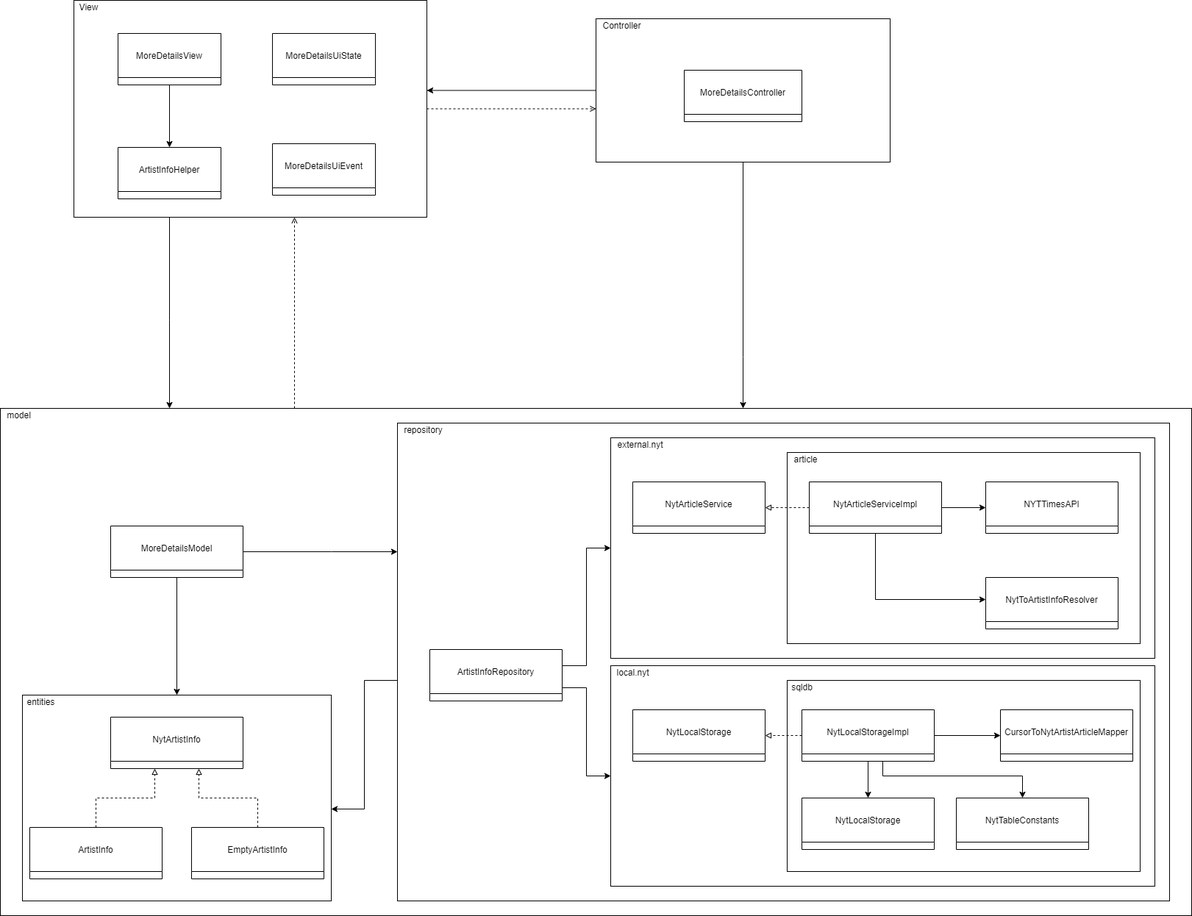
FerminAlvarez/Libreria-NY3-AyDS22 keeps this draw.io diagram as docs/moreDetails_classes_diagram.png. Above is the earlier version. Source tidied: cells renumbered, new cells last; positions are measured from the earlier drawing's top-left corner, leaving out a move shared by most shapes.
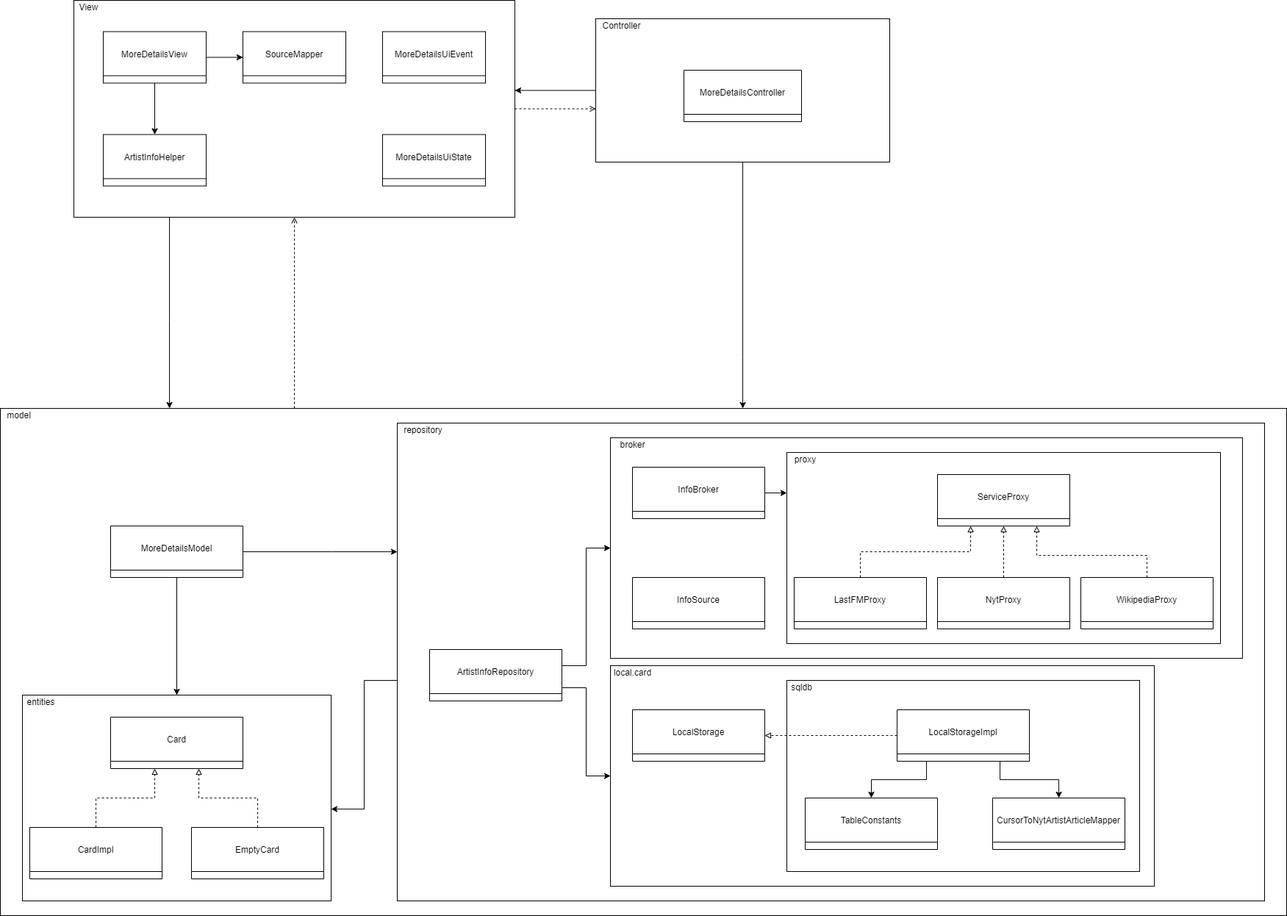
Above is the later version.

Commit message:
SubModule - actualizado el diagrama de clases

The edit, as a diff of the source:
```diff
@@ -11,7 +11,7 @@
       </mxGeometry>
     </mxCell>
     <mxCell id="3" style="rounded=0;whiteSpace=wrap;html=1;" parent="1" vertex="1">
-      <mxGeometry y="555" width="1620" height="690" as="geometry" />
+      <mxGeometry y="555" width="1750" height="690" as="geometry" />
     </mxCell>
     <mxCell id="4" style="edgeStyle=orthogonalEdgeStyle;rounded=0;jettySize=auto;html=1;endArrow=classic;endFill=1;" parent="1" edge="1" source="6" target="9">
       <mxGeometry relative="1" as="geometry">
@@ -49,22 +49,25 @@
       </mxGeometry>
     </mxCell>
     <mxCell id="9" style="rounded=0;whiteSpace=wrap;html=1;" parent="1" vertex="1">
-      <mxGeometry x="100" width="480" height="295" as="geometry" />
+      <mxGeometry x="100" width="600" height="295" as="geometry" />
     </mxCell>
     <mxCell id="10" value="MoreDetailsUiEvent" style="swimlane;fontStyle=0;horizontal=1;startSize=60;" parent="1" vertex="1">
-      <mxGeometry x="370" y="195" width="140" height="70" as="geometry" />
+      <mxGeometry x="520" y="42.5" width="140" height="70" as="geometry" />
     </mxCell>
     <mxCell id="11" value="MoreDetailsUiState" style="swimlane;fontStyle=0;horizontal=1;startSize=60;" parent="1" vertex="1">
-      <mxGeometry x="370" y="45" width="140" height="70" as="geometry" />
+      <mxGeometry x="520" y="182.5" width="140" height="70" as="geometry" />
     </mxCell>
     <mxCell id="12" style="edgeStyle=orthogonalEdgeStyle;rounded=0;jettySize=auto;html=1;endArrow=classic;endFill=1;" parent="1" edge="1" source="13" target="14">
       <mxGeometry relative="1" as="geometry" />
     </mxCell>
+    <mxCell id="59" style="edgeStyle=orthogonalEdgeStyle;rounded=0;jettySize=auto;html=1;endArrow=classic;endFill=1;" parent="1" edge="1" source="13" target="65">
+      <mxGeometry relative="1" as="geometry" />
+    </mxCell>
     <mxCell id="13" value="MoreDetailsView" style="swimlane;fontStyle=0;horizontal=1;startSize=60;" parent="1" vertex="1">
-      <mxGeometry x="160" y="45" width="140" height="70" as="geometry" />
+      <mxGeometry x="140" y="42.5" width="140" height="70" as="geometry" />
     </mxCell>
     <mxCell id="14" value="ArtistInfoHelper" style="swimlane;fontStyle=0;horizontal=1;startSize=60;" parent="1" vertex="1">
-      <mxGeometry x="160" y="200" width="140" height="70" as="geometry" />
+      <mxGeometry x="140" y="182.5" width="140" height="70" as="geometry" />
     </mxCell>
     <mxCell id="15" value="MoreDetailsController" style="swimlane;fontStyle=0;horizontal=1;startSize=60;" parent="1" vertex="1">
       <mxGeometry x="930" y="95" width="160" height="70" as="geometry" />
@@ -87,7 +90,7 @@
       </mxGeometry>
     </mxCell>
     <mxCell id="20" style="rounded=0;whiteSpace=wrap;html=1;" parent="1" vertex="1">
-      <mxGeometry x="540" y="575" width="1050" height="650" as="geometry" />
+      <mxGeometry x="540" y="575" width="1180" height="650" as="geometry" />
     </mxCell>
     <mxCell id="21" value="repository" style="text;html=1;align=center;verticalAlign=middle;strokeColor=none;fillColor=none;" parent="1" vertex="1">
       <mxGeometry x="540" y="575" width="70" height="20" as="geometry" />
@@ -131,7 +134,7 @@
     <mxCell id="29" value="entities" style="text;html=1;align=center;verticalAlign=middle;strokeColor=none;fillColor=none;" parent="1" vertex="1">
       <mxGeometry x="30" y="945" width="50" height="20" as="geometry" />
     </mxCell>
-    <mxCell id="30" value="NytArtistInfo" style="swimlane;fontStyle=0;horizontal=1;startSize=60;" parent="1" vertex="1">
+    <mxCell id="30" value="Card" style="swimlane;fontStyle=0;horizontal=1;startSize=60;" parent="1" vertex="1">
       <mxGeometry x="150" y="975" width="180" height="70" as="geometry" />
     </mxCell>
     <mxCell id="31" style="edgeStyle=orthogonalEdgeStyle;rounded=0;jettySize=auto;html=1;endArrow=block;endFill=0;dashed=1;" parent="1" edge="1" source="32" target="30">
@@ -142,7 +145,7 @@
         </Array>
       </mxGeometry>
     </mxCell>
-    <mxCell id="32" value="EmptyArtistInfo" style="swimlane;fontStyle=0;horizontal=1;startSize=60;" parent="1" vertex="1">
+    <mxCell id="32" value="EmptyCard" style="swimlane;fontStyle=0;horizontal=1;startSize=60;" parent="1" vertex="1">
       <mxGeometry x="260" y="1125" width="180" height="70" as="geometry" />
     </mxCell>
     <mxCell id="33" style="edgeStyle=orthogonalEdgeStyle;rounded=0;jettySize=auto;html=1;endArrow=block;endFill=0;dashed=1;" parent="1" edge="1" source="34" target="30">
@@ -153,37 +156,56 @@
         </Array>
       </mxGeometry>
     </mxCell>
-    <mxCell id="34" value="ArtistInfo" style="swimlane;fontStyle=0;horizontal=1;startSize=60;" parent="1" vertex="1">
+    <mxCell id="34" value="CardImpl" style="swimlane;fontStyle=0;horizontal=1;startSize=60;" parent="1" vertex="1">
       <mxGeometry x="40" y="1125" width="180" height="70" as="geometry" />
     </mxCell>
     <mxCell id="35" style="rounded=0;whiteSpace=wrap;html=1;" parent="1" vertex="1">
-      <mxGeometry x="830" y="595" width="740" height="300" as="geometry" />
+      <mxGeometry x="830" y="595" width="860" height="300" as="geometry" />
     </mxCell>
     <mxCell id="36" style="rounded=0;whiteSpace=wrap;html=1;" parent="1" vertex="1">
       <mxGeometry x="830" y="905" width="740" height="300" as="geometry" />
     </mxCell>
-    <mxCell id="37" value="external.nyt" style="text;html=1;align=center;verticalAlign=middle;strokeColor=none;fillColor=none;" parent="1" vertex="1">
-      <mxGeometry x="830" y="595" width="80" height="20" as="geometry" />
+    <mxCell id="37" value="broker" style="text;html=1;align=center;verticalAlign=middle;strokeColor=none;fillColor=none;" parent="1" vertex="1">
+      <mxGeometry x="835" y="595" width="50" height="20" as="geometry" />
     </mxCell>
-    <mxCell id="38" value="local.nyt" style="text;html=1;align=center;verticalAlign=middle;strokeColor=none;fillColor=none;" parent="1" vertex="1">
-      <mxGeometry x="830" y="905" width="60" height="20" as="geometry" />
+    <mxCell id="38" value="local.card" style="text;html=1;align=center;verticalAlign=middle;strokeColor=none;fillColor=none;" parent="1" vertex="1">
+      <mxGeometry x="825" y="905" width="70" height="20" as="geometry" />
     </mxCell>
+    <mxCell id="60" style="edgeStyle=orthogonalEdgeStyle;rounded=0;jettySize=auto;html=1;" parent="1" edge="1" source="39" target="40">
+      <mxGeometry relative="1" as="geometry">
+        <Array as="points">
+          <mxPoint x="1060" y="670" />
+          <mxPoint x="1060" y="670" />
+        </Array>
+      </mxGeometry>
+    </mxCell>
-    <mxCell id="39" value="NytArticleService" style="swimlane;fontStyle=0;horizontal=1;startSize=60;" parent="1" vertex="1">
-      <mxGeometry x="860" y="655" width="180" height="70" as="geometry" />
+    <mxCell id="39" value="InfoBroker" style="swimlane;fontStyle=0;horizontal=1;startSize=60;" parent="1" vertex="1">
+      <mxGeometry x="860" y="635" width="180" height="70" as="geometry" />
     </mxCell>
     <mxCell id="40" style="rounded=0;whiteSpace=wrap;html=1;" parent="1" vertex="1">
-      <mxGeometry x="1070" y="615" width="480" height="260" as="geometry" />
+      <mxGeometry x="1070" y="615" width="590" height="260" as="geometry" />
     </mxCell>
-    <mxCell id="41" value="article" style="text;html=1;align=center;verticalAlign=middle;strokeColor=none;fillColor=none;" parent="1" vertex="1">
-      <mxGeometry x="1070" y="615" width="50" height="20" as="geometry" />
+    <mxCell id="41" value="proxy" style="text;html=1;align=center;verticalAlign=middle;strokeColor=none;fillColor=none;" parent="1" vertex="1">
+      <mxGeometry x="1075" y="615" width="40" height="20" as="geometry" />
     </mxCell>
+    <mxCell id="61" style="edgeStyle=orthogonalEdgeStyle;rounded=0;jettySize=auto;html=1;dashed=1;endArrow=block;endFill=0;" parent="1" edge="1" source="42" target="58">
+      <mxGeometry relative="1" as="geometry" />
+    </mxCell>
-    <mxCell id="42" value="NYTTimesAPI" style="swimlane;fontStyle=0;horizontal=1;startSize=60;" parent="1" vertex="1">
-      <mxGeometry x="1340" y="655" width="180" height="70" as="geometry" />
+    <mxCell id="42" value="NytProxy" style="swimlane;fontStyle=0;horizontal=1;startSize=60;" parent="1" vertex="1">
+      <mxGeometry x="1275" y="785" width="180" height="70" as="geometry" />
     </mxCell>
+    <mxCell id="62" style="edgeStyle=orthogonalEdgeStyle;rounded=0;jettySize=auto;html=1;endArrow=block;endFill=0;dashed=1;" parent="1" edge="1" source="43" target="58">
+      <mxGeometry relative="1" as="geometry">
+        <Array as="points">
+          <mxPoint x="1170" y="750" />
+          <mxPoint x="1320" y="750" />
+        </Array>
+      </mxGeometry>
+    </mxCell>
-    <mxCell id="43" value="NytToArtistInfoResolver" style="swimlane;fontStyle=0;horizontal=1;startSize=60;" parent="1" vertex="1">
-      <mxGeometry x="1340" y="785" width="180" height="70" as="geometry" />
+    <mxCell id="43" value="LastFMProxy" style="swimlane;fontStyle=0;horizontal=1;startSize=60;" parent="1" vertex="1">
+      <mxGeometry x="1080" y="785" width="180" height="70" as="geometry" />
     </mxCell>
-    <mxCell id="44" value="NytLocalStorage" style="swimlane;fontStyle=0;horizontal=1;startSize=60;" parent="1" vertex="1">
+    <mxCell id="44" value="LocalStorage" style="swimlane;fontStyle=0;horizontal=1;startSize=60;" parent="1" vertex="1">
       <mxGeometry x="860" y="965" width="180" height="70" as="geometry" />
     </mxCell>
     <mxCell id="45" style="rounded=0;whiteSpace=wrap;html=1;" parent="1" vertex="1">
@@ -192,50 +214,53 @@
     <mxCell id="46" value="sqldb" style="text;html=1;align=center;verticalAlign=middle;strokeColor=none;fillColor=none;" parent="1" vertex="1">
       <mxGeometry x="1070" y="925" width="40" height="20" as="geometry" />
     </mxCell>
-    <mxCell id="47" value="NytLocalStorage" style="swimlane;fontStyle=0;horizontal=1;startSize=60;" parent="1" vertex="1">
-      <mxGeometry x="1090" y="1085" width="180" height="70" as="geometry" />
-    </mxCell>
-    <mxCell id="48" value="NytTableConstants" style="swimlane;fontStyle=0;horizontal=1;startSize=60;" parent="1" vertex="1">
-      <mxGeometry x="1300" y="1085" width="180" height="70" as="geometry" />
+    <mxCell id="48" value="TableConstants" style="swimlane;fontStyle=0;horizontal=1;startSize=60;" parent="1" vertex="1">
+      <mxGeometry x="1095" y="1085" width="180" height="70" as="geometry" />
     </mxCell>
     <mxCell id="49" style="edgeStyle=orthogonalEdgeStyle;rounded=0;jettySize=auto;html=1;endArrow=classic;endFill=1;" parent="1" edge="1" source="53" target="54">
-      <mxGeometry relative="1" as="geometry" />
+      <mxGeometry relative="1" as="geometry">
+        <Array as="points">
+          <mxPoint x="1360" y="1060" />
+          <mxPoint x="1440" y="1060" />
+        </Array>
+      </mxGeometry>
     </mxCell>
-    <mxCell id="50" style="edgeStyle=orthogonalEdgeStyle;rounded=0;jettySize=auto;html=1;endArrow=classic;endFill=1;" parent="1" edge="1" source="53" target="47">
-      <mxGeometry relative="1" as="geometry" />
-    </mxCell>
+    <mxCell id="52" style="edgeStyle=orthogonalEdgeStyle;rounded=0;jettySize=auto;html=1;endArrow=block;endFill=0;dashed=1;" parent="1" edge="1" source="53" target="44">
+      <mxGeometry relative="1" as="geometry" />
+    </mxCell>
     <mxCell id="51" style="edgeStyle=orthogonalEdgeStyle;rounded=0;jettySize=auto;html=1;endArrow=classic;endFill=1;" parent="1" edge="1" source="53" target="48">
       <mxGeometry relative="1" as="geometry">
         <Array as="points">
-          <mxPoint x="1200" y="1055" />
-          <mxPoint x="1390" y="1055" />
+          <mxPoint x="1260" y="1060" />
+          <mxPoint x="1185" y="1060" />
         </Array>
       </mxGeometry>
     </mxCell>
-    <mxCell id="52" style="edgeStyle=orthogonalEdgeStyle;rounded=0;jettySize=auto;html=1;endArrow=block;endFill=0;dashed=1;" parent="1" edge="1" source="53" target="44">
-      <mxGeometry relative="1" as="geometry" />
-    </mxCell>
-    <mxCell id="53" value="NytLocalStorageImpl" style="swimlane;fontStyle=0;horizontal=1;startSize=60;" parent="1" vertex="1">
-      <mxGeometry x="1090" y="965" width="180" height="70" as="geometry" />
+    <mxCell id="53" value="LocalStorageImpl" style="swimlane;fontStyle=0;horizontal=1;startSize=60;" parent="1" vertex="1">
+      <mxGeometry x="1220" y="965" width="180" height="70" as="geometry" />
     </mxCell>
     <mxCell id="54" value="CursorToNytArtistArticleMapper" style="swimlane;fontStyle=0;horizontal=1;startSize=60;" parent="1" vertex="1">
-      <mxGeometry x="1360" y="965" width="180" height="70" as="geometry" />
+      <mxGeometry x="1350" y="1085" width="180" height="70" as="geometry" />
     </mxCell>
-    <mxCell id="55" style="edgeStyle=orthogonalEdgeStyle;rounded=0;jettySize=auto;html=1;endArrow=block;endFill=0;dashed=1;" parent="1" edge="1" source="58" target="39">
-      <mxGeometry relative="1" as="geometry" />
-    </mxCell>
-    <mxCell id="56" style="edgeStyle=orthogonalEdgeStyle;rounded=0;jettySize=auto;html=1;endArrow=classic;endFill=1;" parent="1" edge="1" source="58" target="42">
-      <mxGeometry relative="1" as="geometry" />
-    </mxCell>
-    <mxCell id="57" style="edgeStyle=orthogonalEdgeStyle;rounded=0;jettySize=auto;html=1;endArrow=classic;endFill=1;" parent="1" edge="1" source="58" target="43">
-      <mxGeometry relative="1" as="geometry">
-        <Array as="points">
-          <mxPoint x="1190" y="815" />
-        </Array>
-      </mxGeometry>
-    </mxCell>
-    <mxCell id="58" value="NytArticleServiceImpl" style="swimlane;fontStyle=0;horizontal=1;startSize=60;" parent="1" vertex="1">
-      <mxGeometry x="1100" y="655" width="180" height="70" as="geometry" />
+    <mxCell id="58" value="ServiceProxy" style="swimlane;fontStyle=0;horizontal=1;startSize=60;" parent="1" vertex="1">
+      <mxGeometry x="1275" y="645" width="180" height="70" as="geometry" />
     </mxCell>
+    <mxCell id="63" style="edgeStyle=orthogonalEdgeStyle;rounded=0;jettySize=auto;html=1;dashed=1;endArrow=block;endFill=0;" parent="1" edge="1" source="64" target="58">
+      <mxGeometry relative="1" as="geometry">
+        <Array as="points">
+          <mxPoint x="1560" y="755" />
+          <mxPoint x="1410" y="755" />
+        </Array>
+      </mxGeometry>
+    </mxCell>
+    <mxCell id="64" value="WikipediaProxy" style="swimlane;fontStyle=0;horizontal=1;startSize=60;" parent="1" vertex="1">
+      <mxGeometry x="1470" y="785" width="180" height="70" as="geometry" />
+    </mxCell>
+    <mxCell id="65" value="SourceMapper" style="swimlane;fontStyle=0;horizontal=1;startSize=60;" parent="1" vertex="1">
+      <mxGeometry x="330" y="42.5" width="140" height="70" as="geometry" />
+    </mxCell>
+    <mxCell id="66" value="InfoSource" style="swimlane;fontStyle=0;horizontal=1;startSize=60;" parent="1" vertex="1">
+      <mxGeometry x="860" y="785" width="180" height="70" as="geometry" />
+    </mxCell>
   </root>
 </mxGraphModel>
```
